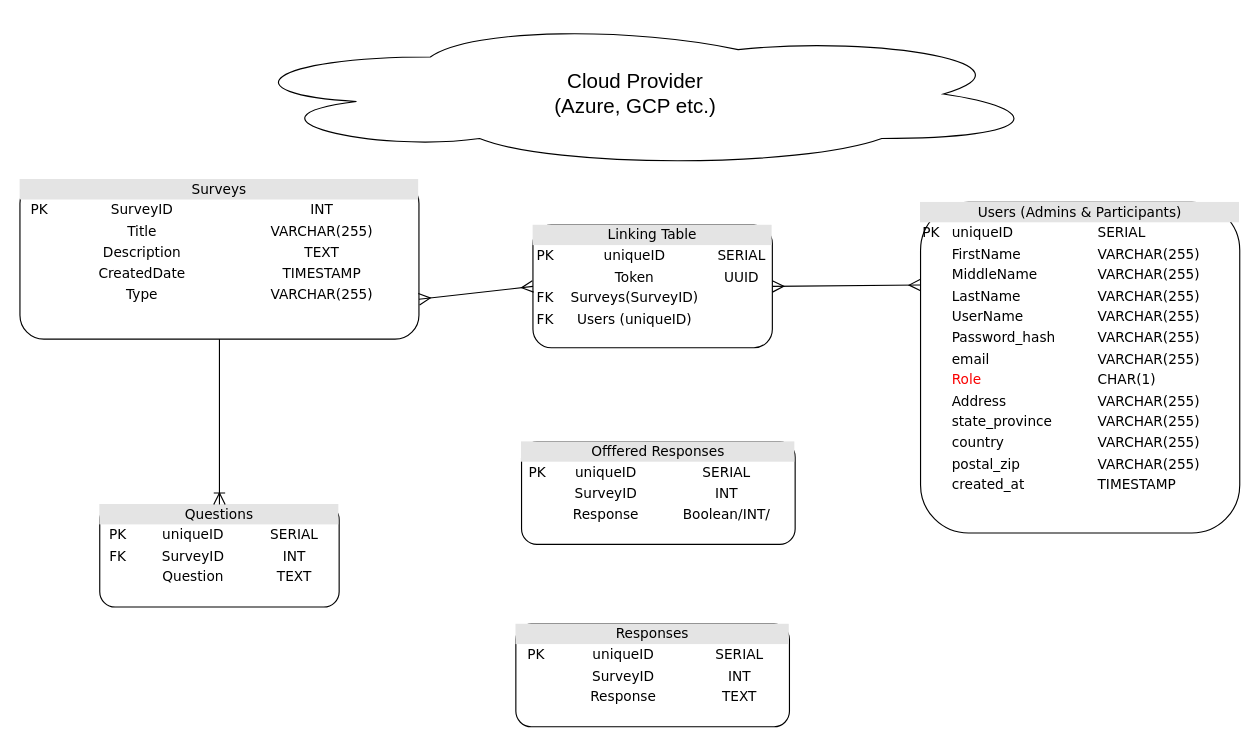
Above: diagrams/db_diagram.drawio in GitBap/PollsPlanet (draw.io), before the change. Source tidied: cells renumbered, new cells numbered last; positions are measured from the earlier drawing's top-left corner, leaving out a move shared by most shapes. Both pictures are drawn from the tidied source at 114%, with x=0, y=0 at pixel (19, 19).
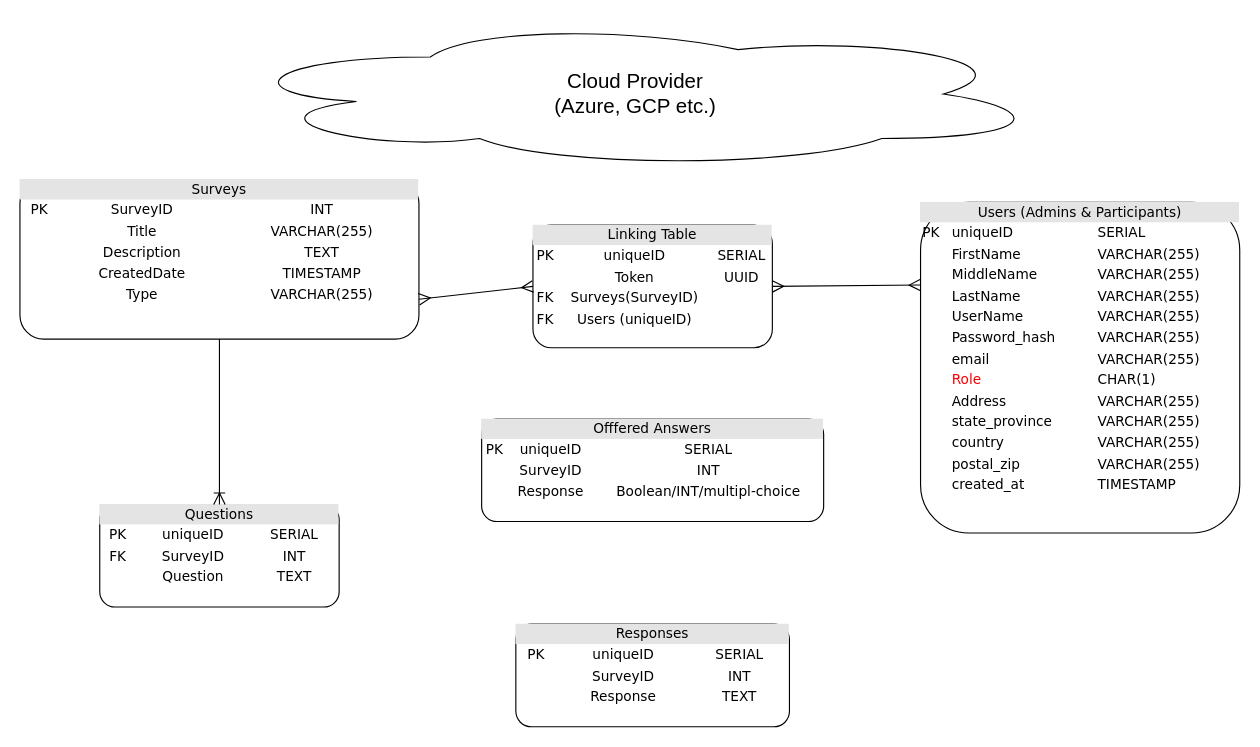
After the change.

Commit message (it also covers changes not shown here):
deleted .html diagrams and added .sql script in backend folder

What changed in the source:
```diff
@@
 <mxGraphModel>
   <root>
     <mxCell id="0" />
     <mxCell id="1" parent="0" />
     <mxCell id="2" value="&lt;div style=&quot;box-sizing: border-box; width: 100%; background: rgb(228, 228, 228); padding: 2px;&quot;&gt;Surveys&lt;/div&gt;&lt;table style=&quot;width: 100% ; font-size: 1em&quot; cellpadding=&quot;2&quot; cellspacing=&quot;0&quot;&gt;&lt;tbody&gt;&lt;tr&gt;&lt;td style=&quot;&quot;&gt;PK&lt;/td&gt;&lt;td&gt;SurveyID&lt;/td&gt;&lt;td&gt;INT&lt;/td&gt;&lt;/tr&gt;&lt;tr&gt;&lt;td&gt;&lt;br&gt;&lt;/td&gt;&lt;td&gt;Title&lt;/td&gt;&lt;td&gt;VARCHAR(255)&lt;/td&gt;&lt;/tr&gt;&lt;tr&gt;&lt;td&gt;&lt;br&gt;&lt;/td&gt;&lt;td&gt;Description&lt;/td&gt;&lt;td&gt;TEXT&lt;/td&gt;&lt;/tr&gt;&lt;tr&gt;&lt;td&gt;&lt;br&gt;&lt;/td&gt;&lt;td&gt;CreatedDate&lt;/td&gt;&lt;td&gt;TIMESTAMP&lt;/td&gt;&lt;/tr&gt;&lt;tr&gt;&lt;td&gt;&lt;br&gt;&lt;/td&gt;&lt;td&gt;Type&lt;/td&gt;&lt;td&gt;VARCHAR(255)&lt;/td&gt;&lt;/tr&gt;&lt;tr&gt;&lt;td&gt;&lt;br&gt;&lt;/td&gt;&lt;td&gt;&lt;br&gt;&lt;/td&gt;&lt;td&gt;&lt;br&gt;&lt;/td&gt;&lt;/tr&gt;&lt;tr&gt;&lt;td&gt;&lt;br&gt;&lt;/td&gt;&lt;td&gt;&lt;br&gt;&lt;/td&gt;&lt;td&gt;&lt;br&gt;&lt;/td&gt;&lt;/tr&gt;&lt;/tbody&gt;&lt;/table&gt;" style="verticalAlign=top;align=center;overflow=fill;html=1;rounded=1;shadow=0;comic=0;labelBackgroundColor=none;strokeWidth=1;fontFamily=Verdana;fontSize=12;" parent="1" vertex="1">
       <mxGeometry y="140" width="350" height="140" as="geometry" />
     </mxCell>
     <mxCell id="3" value="&lt;div style=&quot;box-sizing: border-box ; width: 100% ; background: #e4e4e4 ; padding: 2px&quot;&gt;Questions&lt;/div&gt;&lt;table style=&quot;width: 100% ; font-size: 1em&quot; cellpadding=&quot;2&quot; cellspacing=&quot;0&quot;&gt;&lt;tbody&gt;&lt;tr&gt;&lt;td&gt;PK&lt;/td&gt;&lt;td&gt;uniqueID&lt;/td&gt;&lt;td&gt;SERIAL&lt;/td&gt;&lt;/tr&gt;&lt;tr&gt;&lt;td&gt;FK&lt;/td&gt;&lt;td&gt;SurveyID&lt;/td&gt;&lt;td&gt;INT&lt;/td&gt;&lt;/tr&gt;&lt;tr&gt;&lt;td&gt;&lt;br&gt;&lt;/td&gt;&lt;td&gt;Question&lt;br&gt;&lt;/td&gt;&lt;td&gt;TEXT&lt;/td&gt;&lt;/tr&gt;&lt;tr&gt;&lt;td&gt;&lt;br&gt;&lt;/td&gt;&lt;td&gt;&lt;/td&gt;&lt;td&gt;&lt;/td&gt;&lt;/tr&gt;&lt;/tbody&gt;&lt;/table&gt;" style="verticalAlign=top;align=center;overflow=fill;html=1;rounded=1;shadow=0;comic=0;labelBackgroundColor=none;strokeWidth=1;fontFamily=Verdana;fontSize=12;" parent="1" vertex="1">
       <mxGeometry x="70" y="425" width="210" height="90" as="geometry" />
     </mxCell>
     <mxCell id="4" value="&lt;div style=&quot;text-align: center; box-sizing: border-box; width: 100%; background: rgb(228, 228, 228); padding: 2px;&quot;&gt;Users (Admins &amp;amp; Participants)&lt;/div&gt;&lt;table style=&quot;width:100%;font-size:1em;&quot; cellpadding=&quot;2&quot; cellspacing=&quot;0&quot;&gt;&lt;tbody&gt;&lt;tr&gt;&lt;td&gt;PK&lt;/td&gt;&lt;td&gt;uniqueID&lt;/td&gt;&lt;td&gt;SERIAL&lt;/td&gt;&lt;/tr&gt;&lt;tr&gt;&lt;td&gt;&lt;br&gt;&lt;/td&gt;&lt;td&gt;FirstName&lt;/td&gt;&lt;td&gt;VARCHAR(255)&lt;br&gt;&lt;/td&gt;&lt;/tr&gt;&lt;tr&gt;&lt;td&gt;&lt;br&gt;&lt;/td&gt;&lt;td&gt;MiddleName&lt;/td&gt;&lt;td&gt;VARCHAR(255)&lt;br&gt;&lt;/td&gt;&lt;/tr&gt;&lt;tr&gt;&lt;td&gt;&lt;br&gt;&lt;/td&gt;&lt;td&gt;LastName&lt;br&gt;&lt;/td&gt;&lt;td&gt;VARCHAR(255)&lt;/td&gt;&lt;/tr&gt;&lt;tr&gt;&lt;td&gt;&lt;br&gt;&lt;/td&gt;&lt;td&gt;UserName&lt;/td&gt;&lt;td&gt;VARCHAR(255)&lt;/td&gt;&lt;/tr&gt;&lt;tr&gt;&lt;td&gt;&lt;br&gt;&lt;/td&gt;&lt;td&gt;Password_hash&lt;/td&gt;&lt;td&gt;VARCHAR(255)&lt;/td&gt;&lt;/tr&gt;&lt;tr&gt;&lt;td&gt;&lt;br&gt;&lt;/td&gt;&lt;td&gt;email&lt;/td&gt;&lt;td&gt;VARCHAR(255)&lt;/td&gt;&lt;/tr&gt;&lt;tr&gt;&lt;td&gt;&lt;br&gt;&lt;/td&gt;&lt;td&gt;&lt;font color=&quot;#fa0000&quot;&gt;Role&lt;/font&gt;&lt;/td&gt;&lt;td&gt;CHAR(1)&lt;/td&gt;&lt;/tr&gt;&lt;tr&gt;&lt;td&gt;&lt;br&gt;&lt;/td&gt;&lt;td&gt;Address&lt;br&gt;&lt;/td&gt;&lt;td&gt;VARCHAR(255)&lt;br&gt;&lt;/td&gt;&lt;/tr&gt;&lt;tr&gt;&lt;td&gt;&lt;br&gt;&lt;/td&gt;&lt;td&gt;state_province&lt;/td&gt;&lt;td&gt;VARCHAR(255)&lt;br&gt;&lt;/td&gt;&lt;/tr&gt;&lt;tr&gt;&lt;td&gt;&lt;br&gt;&lt;/td&gt;&lt;td&gt;country&lt;/td&gt;&lt;td&gt;VARCHAR(255)&lt;br&gt;&lt;/td&gt;&lt;/tr&gt;&lt;tr&gt;&lt;td&gt;&lt;br&gt;&lt;/td&gt;&lt;td&gt;postal_zip&lt;/td&gt;&lt;td&gt;VARCHAR(255)&lt;br&gt;&lt;/td&gt;&lt;/tr&gt;&lt;tr&gt;&lt;td&gt;&lt;br&gt;&lt;/td&gt;&lt;td&gt;created_at&lt;/td&gt;&lt;td&gt;TIMESTAMP&lt;/td&gt;&lt;/tr&gt;&lt;/tbody&gt;&lt;/table&gt;" style="verticalAlign=top;align=left;overflow=fill;html=1;rounded=1;shadow=0;comic=0;labelBackgroundColor=none;strokeWidth=1;fontFamily=Verdana;fontSize=12;" parent="1" vertex="1">
       <mxGeometry x="790" y="160" width="280" height="290" as="geometry" />
     </mxCell>
     <mxCell id="5" value="&lt;font style=&quot;font-size: 18px;&quot;&gt;Cloud Provider&lt;br&gt;(Azure, GCP etc.)&lt;/font&gt;" style="ellipse;shape=cloud;whiteSpace=wrap;html=1;align=center;fontSize=16;" parent="1" vertex="1">
       <mxGeometry x="180" width="720" height="130" as="geometry" />
     </mxCell>
     <mxCell id="6" value="&lt;div style=&quot;box-sizing: border-box ; width: 100% ; background: #e4e4e4 ; padding: 2px&quot;&gt;Responses&lt;/div&gt;&lt;table style=&quot;width: 100% ; font-size: 1em&quot; cellpadding=&quot;2&quot; cellspacing=&quot;0&quot;&gt;&lt;tbody&gt;&lt;tr&gt;&lt;td&gt;PK&lt;/td&gt;&lt;td&gt;uniqueID&lt;/td&gt;&lt;td&gt;SERIAL&lt;/td&gt;&lt;/tr&gt;&lt;tr&gt;&lt;td&gt;&lt;/td&gt;&lt;td&gt;SurveyID&lt;/td&gt;&lt;td&gt;INT&lt;/td&gt;&lt;/tr&gt;&lt;tr&gt;&lt;td&gt;&lt;br&gt;&lt;/td&gt;&lt;td&gt;Response&lt;br&gt;&lt;/td&gt;&lt;td&gt;TEXT&lt;/td&gt;&lt;/tr&gt;&lt;tr&gt;&lt;td&gt;&lt;br&gt;&lt;/td&gt;&lt;td&gt;&lt;/td&gt;&lt;td&gt;&lt;/td&gt;&lt;/tr&gt;&lt;/tbody&gt;&lt;/table&gt;" style="verticalAlign=top;align=center;overflow=fill;html=1;rounded=1;shadow=0;comic=0;labelBackgroundColor=none;strokeWidth=1;fontFamily=Verdana;fontSize=12;" parent="1" vertex="1">
       <mxGeometry x="435" y="530" width="240" height="90" as="geometry" />
     </mxCell>
     <mxCell id="7" value="&lt;div style=&quot;box-sizing: border-box ; width: 100% ; background: #e4e4e4 ; padding: 2px&quot;&gt;Linking Table&lt;/div&gt;&lt;table style=&quot;width: 100% ; font-size: 1em&quot; cellpadding=&quot;2&quot; cellspacing=&quot;0&quot;&gt;&lt;tbody&gt;&lt;tr&gt;&lt;td&gt;PK&lt;/td&gt;&lt;td&gt;uniqueID&lt;/td&gt;&lt;td&gt;SERIAL&lt;/td&gt;&lt;/tr&gt;&lt;tr&gt;&lt;td&gt;&lt;br&gt;&lt;/td&gt;&lt;td&gt;Token&lt;/td&gt;&lt;td&gt;UUID&lt;/td&gt;&lt;/tr&gt;&lt;tr&gt;&lt;td&gt;FK&lt;/td&gt;&lt;td&gt;Surveys(SurveyID)&lt;/td&gt;&lt;td&gt;&lt;br&gt;&lt;/td&gt;&lt;/tr&gt;&lt;tr&gt;&lt;td&gt;FK&lt;/td&gt;&lt;td&gt;Users (uniqueID)&lt;/td&gt;&lt;td&gt;&lt;br&gt;&lt;/td&gt;&lt;/tr&gt;&lt;tr&gt;&lt;td&gt;&lt;br&gt;&lt;/td&gt;&lt;td&gt;&lt;/td&gt;&lt;td&gt;&lt;/td&gt;&lt;/tr&gt;&lt;/tbody&gt;&lt;/table&gt;" style="verticalAlign=top;align=center;overflow=fill;html=1;rounded=1;shadow=0;comic=0;labelBackgroundColor=none;strokeWidth=1;fontFamily=Verdana;fontSize=12;" parent="1" vertex="1">
       <mxGeometry x="450" y="180" width="210" height="107.5" as="geometry" />
     </mxCell>
     <mxCell id="8" style="fontSize=12;html=1;endArrow=ERoneToMany;rounded=0;startSize=8;endSize=8;entryX=0.5;entryY=0;entryDx=0;entryDy=0;exitX=0.5;exitY=1;exitDx=0;exitDy=0;" parent="1" edge="1" source="2" target="3">
       <mxGeometry relative="1" as="geometry" />
     </mxCell>
     <mxCell id="9" style="fontSize=12;html=1;endArrow=ERmany;startArrow=ERmany;rounded=0;startSize=8;endSize=8;entryX=0;entryY=0.25;entryDx=0;entryDy=0;exitX=1;exitY=0.5;exitDx=0;exitDy=0;" parent="1" edge="1" source="7" target="4">
       <mxGeometry relative="1" as="geometry" />
     </mxCell>
     <mxCell id="10" style="fontSize=12;html=1;endArrow=ERmany;startArrow=ERmany;rounded=0;startSize=8;endSize=8;exitX=1;exitY=0.75;exitDx=0;exitDy=0;entryX=0;entryY=0.5;entryDx=0;entryDy=0;" parent="1" edge="1" source="2" target="7">
       <mxGeometry relative="1" as="geometry" />
     </mxCell>
-    <mxCell id="11" value="&lt;div style=&quot;box-sizing: border-box ; width: 100% ; background: #e4e4e4 ; padding: 2px&quot;&gt;Offfered Responses&lt;/div&gt;&lt;table style=&quot;width: 100% ; font-size: 1em&quot; cellpadding=&quot;2&quot; cellspacing=&quot;0&quot;&gt;&lt;tbody&gt;&lt;tr&gt;&lt;td&gt;PK&lt;/td&gt;&lt;td&gt;uniqueID&lt;/td&gt;&lt;td&gt;SERIAL&lt;/td&gt;&lt;/tr&gt;&lt;tr&gt;&lt;td&gt;&lt;/td&gt;&lt;td&gt;SurveyID&lt;/td&gt;&lt;td&gt;INT&lt;/td&gt;&lt;/tr&gt;&lt;tr&gt;&lt;td&gt;&lt;br&gt;&lt;/td&gt;&lt;td&gt;Response&lt;br&gt;&lt;/td&gt;&lt;td&gt;Boolean/INT/&lt;/td&gt;&lt;/tr&gt;&lt;tr&gt;&lt;td&gt;&lt;br&gt;&lt;/td&gt;&lt;td&gt;&lt;/td&gt;&lt;td&gt;&lt;/td&gt;&lt;/tr&gt;&lt;/tbody&gt;&lt;/table&gt;" style="verticalAlign=top;align=center;overflow=fill;html=1;rounded=1;shadow=0;comic=0;labelBackgroundColor=none;strokeWidth=1;fontFamily=Verdana;fontSize=12;" parent="1" vertex="1">
-      <mxGeometry x="440" y="370" width="240" height="90" as="geometry" />
+    <mxCell id="11" value="&lt;div style=&quot;box-sizing: border-box ; width: 100% ; background: #e4e4e4 ; padding: 2px&quot;&gt;Offfered Answers&lt;/div&gt;&lt;table style=&quot;width: 100% ; font-size: 1em&quot; cellpadding=&quot;2&quot; cellspacing=&quot;0&quot;&gt;&lt;tbody&gt;&lt;tr&gt;&lt;td&gt;PK&lt;/td&gt;&lt;td&gt;uniqueID&lt;/td&gt;&lt;td&gt;SERIAL&lt;/td&gt;&lt;/tr&gt;&lt;tr&gt;&lt;td&gt;&lt;/td&gt;&lt;td&gt;SurveyID&lt;/td&gt;&lt;td&gt;INT&lt;/td&gt;&lt;/tr&gt;&lt;tr&gt;&lt;td&gt;&lt;br&gt;&lt;/td&gt;&lt;td&gt;Response&lt;br&gt;&lt;/td&gt;&lt;td&gt;Boolean/INT/multipl-choice&lt;/td&gt;&lt;/tr&gt;&lt;tr&gt;&lt;td&gt;&lt;br&gt;&lt;/td&gt;&lt;td&gt;&lt;/td&gt;&lt;td&gt;&lt;/td&gt;&lt;/tr&gt;&lt;/tbody&gt;&lt;/table&gt;" style="verticalAlign=top;align=center;overflow=fill;html=1;rounded=1;shadow=0;comic=0;labelBackgroundColor=none;strokeWidth=1;fontFamily=Verdana;fontSize=12;" parent="1" vertex="1">
+      <mxGeometry x="405" y="350" width="300" height="90" as="geometry" />
     </mxCell>
   </root>
 </mxGraphModel>
```
